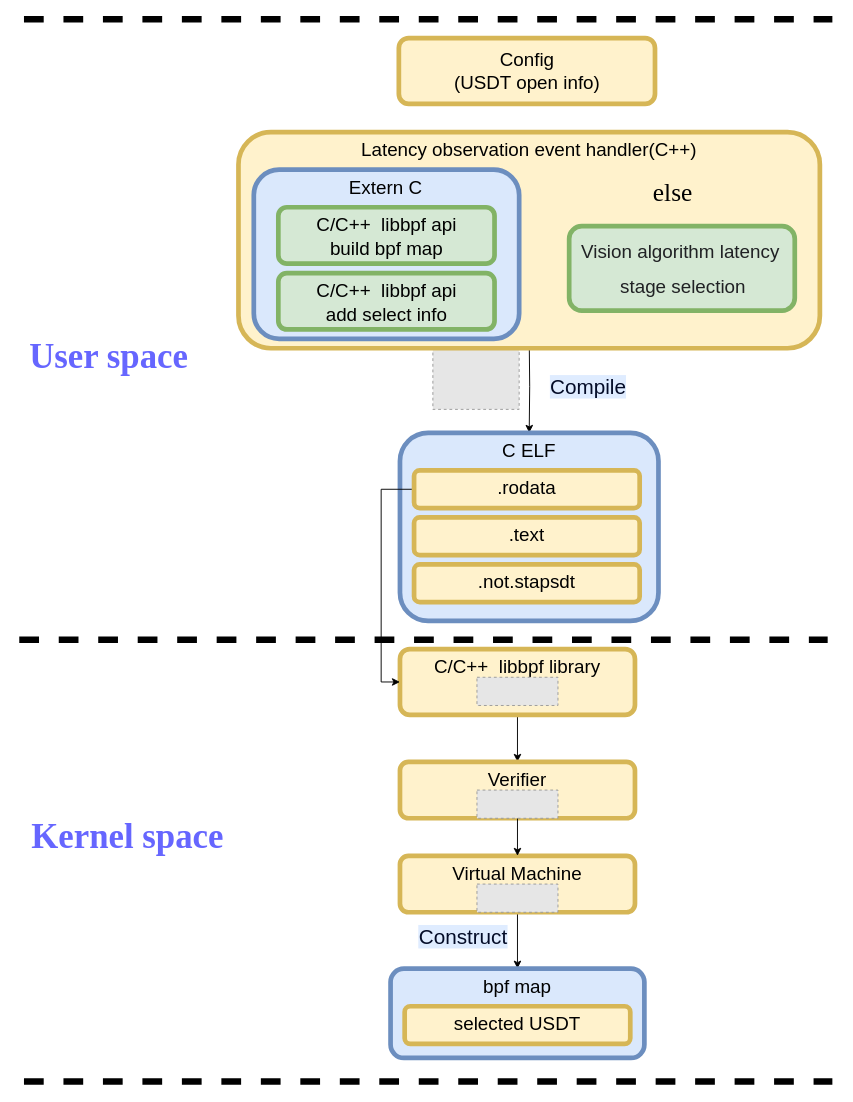
Before: page "Page-13" (13 of 17) of Untitled Diagram.drawio in fangwater/Config, a draw.io diagram. Source tidied: cells renumbered, new cells numbered last; positions are measured from the earlier drawing's top-left corner, leaving out a move shared by most shapes. Both pictures are drawn from the tidied source at 94%, with x=0, y=0 at pixel (19, 19). Pictures stored in the file or linked from it are replaced by grey dashed boxes.
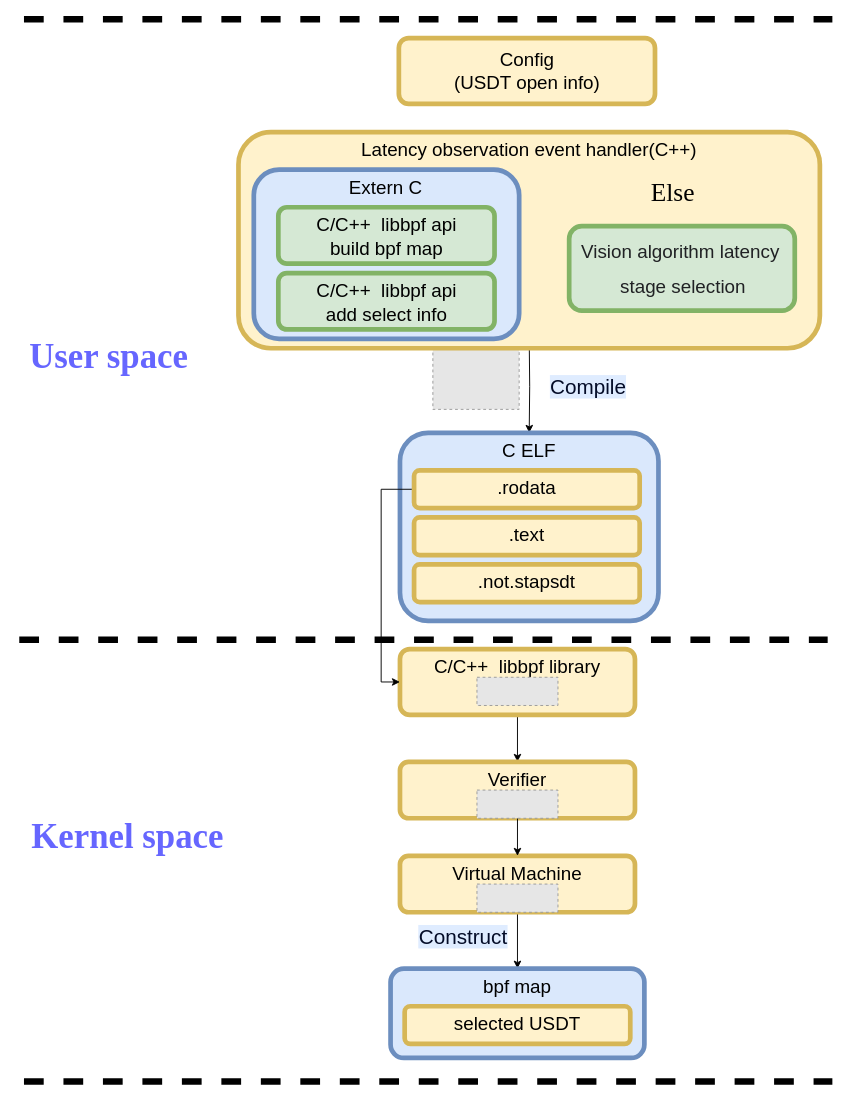
Above is the later version.

The edit, as a diff of the source:
```diff
@@
-    <mxCell id="27" value="else" style="text;html=1;align=center;verticalAlign=middle;strokeColor=none;fillColor=none;fontSize=27;fontFamily=Times New Roman;fontColor=none;" parent="1" vertex="1">
+    <mxCell id="27" value="Else" style="text;html=1;align=center;verticalAlign=middle;strokeColor=none;fillColor=none;fontSize=27;fontFamily=Times New Roman;fontColor=none;" parent="1" vertex="1">
       <mxGeometry x="660" y="160" width="70" height="50" as="geometry" />
     </mxCell>
```
